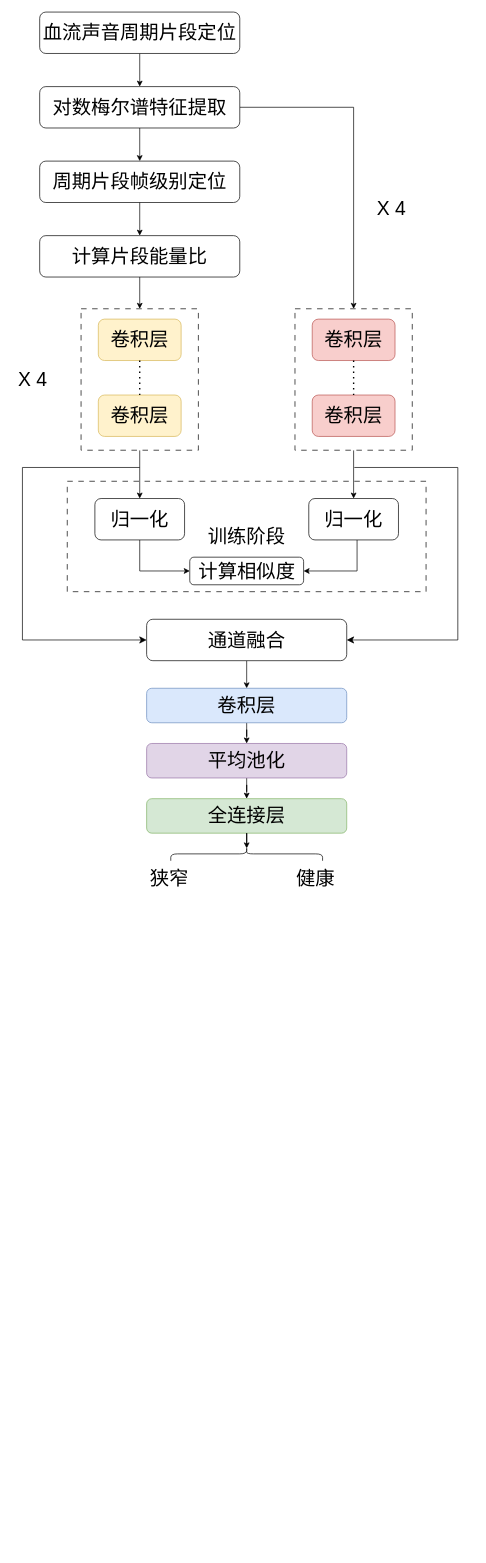
The draw.io diagram 内瘘局部能量熵.drawio in lhwjsj/Diagram, before the edit. Source tidied: cells renumbered, new cells numbered last; positions are measured from the earlier drawing's top-left corner, leaving out a move shared by most shapes. Both pictures are drawn from the tidied source at 69%, with x=0, y=0 at pixel (12, 12).
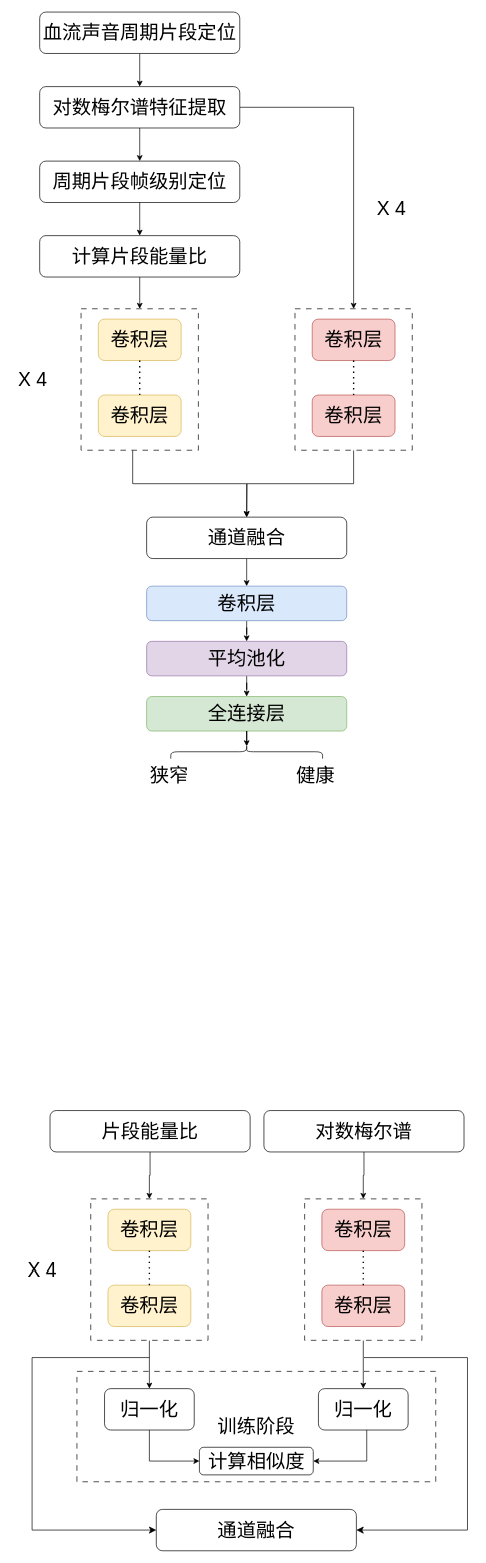
The same page after the edit.

Commit message (it also covers changes not shown here):
更新内瘘局部能量熵.drawio

Unchanged cells that the change refers to:
```xml
<mxCell id="4" style="rounded=0;whiteSpace=wrap;html=1;dashed=1;dashPattern=8 8;" parent="1" vertex="1">
  <mxGeometry x="100" y="430" width="170" height="205" as="geometry" />
</mxCell>
<mxCell id="18" style="rounded=0;whiteSpace=wrap;html=1;dashed=1;dashPattern=8 8;" parent="1" vertex="1">
  <mxGeometry x="410" y="430" width="170" height="205" as="geometry" />
</mxCell>
```

Change to the diagram source:
```diff
@@
-    <mxCell id="2" value="&lt;font style=&quot;font-size: 28px;&quot;&gt;训练阶段&lt;/font&gt;" style="rounded=0;whiteSpace=wrap;html=1;dashed=1;dashPattern=8 8;" parent="1" vertex="1">
-      <mxGeometry x="80" y="680" width="520" height="160" as="geometry" />
-    </mxCell>
-    <mxCell id="3" style="edgeStyle=orthogonalEdgeStyle;rounded=0;jettySize=auto;html=1;" parent="1" edge="1" source="4" target="25">
-      <mxGeometry relative="1" as="geometry" />
-    </mxCell>
+    <mxCell id="42" style="edgeStyle=orthogonalEdgeStyle;rounded=0;jettySize=auto;html=1;exitX=0.44;exitY=0.997;exitDx=0;exitDy=0;exitPerimeter=0;" parent="1" edge="1" source="4" target="30">
+      <mxGeometry relative="1" as="geometry" />
+    </mxCell>
@@
-    <mxCell id="17" style="edgeStyle=orthogonalEdgeStyle;rounded=0;jettySize=auto;html=1;entryX=0.5;entryY=0;entryDx=0;entryDy=0;" parent="1" edge="1" source="18" target="27">
-      <mxGeometry relative="1" as="geometry" />
-    </mxCell>
+    <mxCell id="43" style="edgeStyle=orthogonalEdgeStyle;rounded=0;jettySize=auto;html=1;exitX=0.5;exitY=1;exitDx=0;exitDy=0;" parent="1" edge="1" source="18">
+      <mxGeometry relative="1" as="geometry">
+        <mxPoint x="340" y="732" as="targetPoint" />
+      </mxGeometry>
+    </mxCell>
@@
-    <mxCell id="24" style="edgeStyle=orthogonalEdgeStyle;rounded=0;jettySize=auto;html=1;entryX=0;entryY=0.5;entryDx=0;entryDy=0;exitX=0.5;exitY=1;exitDx=0;exitDy=0;" parent="1" edge="1" source="25" target="28">
-      <mxGeometry relative="1" as="geometry" />
-    </mxCell>
-    <mxCell id="25" value="&lt;span style=&quot;font-size: 28px;&quot;&gt;归一化&lt;/span&gt;" style="rounded=1;whiteSpace=wrap;html=1;" parent="1" vertex="1">
-      <mxGeometry x="120" y="705" width="130" height="60" as="geometry" />
-    </mxCell>
-    <mxCell id="26" style="edgeStyle=orthogonalEdgeStyle;rounded=0;jettySize=auto;html=1;entryX=1;entryY=0.5;entryDx=0;entryDy=0;" parent="1" edge="1" source="27" target="28">
-      <mxGeometry relative="1" as="geometry">
-        <Array as="points">
-          <mxPoint x="500" y="810" />
-        </Array>
-      </mxGeometry>
-    </mxCell>
-    <mxCell id="27" value="&lt;span style=&quot;font-size: 28px;&quot;&gt;归一化&lt;/span&gt;" style="rounded=1;whiteSpace=wrap;html=1;" parent="1" vertex="1">
-      <mxGeometry x="430" y="705" width="130" height="60" as="geometry" />
-    </mxCell>
-    <mxCell id="28" value="&lt;span style=&quot;font-size: 28px;&quot;&gt;计算相似度&lt;/span&gt;" style="rounded=1;whiteSpace=wrap;html=1;" parent="1" vertex="1">
-      <mxGeometry x="257.5" y="790" width="165" height="40" as="geometry" />
-    </mxCell>
@@
     <mxCell id="30" value="&lt;font style=&quot;font-size: 28px;&quot;&gt;通道融合&lt;/font&gt;" style="rounded=1;whiteSpace=wrap;html=1;" parent="1" vertex="1">
-      <mxGeometry x="195" y="880" width="290" height="60" as="geometry" />
+      <mxGeometry x="195" y="732" width="290" height="60" as="geometry" />
     </mxCell>
-    <mxCell id="31" style="edgeStyle=elbowEdgeStyle;elbow=horizontal;endArrow=classic;html=1;curved=0;rounded=0;endSize=8;startSize=8;entryX=0;entryY=0.5;entryDx=0;entryDy=0;" parent="1" edge="1" target="30">
-      <mxGeometry relative="1" as="geometry">
-        <mxPoint x="185" y="660" as="sourcePoint" />
-        <Array as="points">
-          <mxPoint x="15" y="780" />
-        </Array>
-      </mxGeometry>
-    </mxCell>
-    <mxCell id="32" style="edgeStyle=elbowEdgeStyle;elbow=horizontal;endArrow=classic;html=1;curved=0;rounded=0;endSize=8;startSize=8;entryX=1;entryY=0.5;entryDx=0;entryDy=0;" parent="1" edge="1" target="30">
-      <mxGeometry relative="1" as="geometry">
-        <mxPoint x="496" y="660" as="sourcePoint" />
-        <Array as="points">
-          <mxPoint x="646" y="790" />
-        </Array>
-      </mxGeometry>
-    </mxCell>
@@
     <mxCell id="34" value="&lt;font style=&quot;font-size: 28px;&quot;&gt;卷积层&lt;/font&gt;" style="rounded=1;whiteSpace=wrap;html=1;fillColor=#dae8fc;strokeColor=#6c8ebf;" parent="1" vertex="1">
-      <mxGeometry x="195" y="980" width="290" height="50" as="geometry" />
+      <mxGeometry x="195" y="832" width="290" height="50" as="geometry" />
     </mxCell>
@@
     <mxCell id="36" value="&lt;font style=&quot;font-size: 28px;&quot;&gt;平均池化&lt;/font&gt;" style="rounded=1;whiteSpace=wrap;html=1;fillColor=#e1d5e7;strokeColor=#9673a6;" parent="1" vertex="1">
-      <mxGeometry x="195" y="1060" width="290" height="50" as="geometry" />
+      <mxGeometry x="195" y="912" width="290" height="50" as="geometry" />
     </mxCell>
     <mxCell id="37" value="&lt;font style=&quot;font-size: 28px;&quot;&gt;全连接层&lt;/font&gt;" style="rounded=1;whiteSpace=wrap;html=1;fillColor=#d5e8d4;strokeColor=#82b366;" parent="1" vertex="1">
-      <mxGeometry x="195" y="1140" width="290" height="50" as="geometry" />
+      <mxGeometry x="195" y="992" width="290" height="50" as="geometry" />
     </mxCell>
     <mxCell id="38" style="shape=curlyBracket;whiteSpace=wrap;html=1;rounded=1;flipH=1;labelPosition=right;verticalLabelPosition=middle;align=left;verticalAlign=middle;rotation=-90;" parent="1" vertex="1">
-      <mxGeometry x="330" y="1110" width="20" height="220" as="geometry" />
+      <mxGeometry x="330" y="962" width="20" height="220" as="geometry" />
     </mxCell>
@@
     <mxCell id="40" value="&lt;font style=&quot;font-size: 28px;&quot;&gt;狭窄&lt;/font&gt;" style="text;html=1;align=center;verticalAlign=middle;whiteSpace=wrap;rounded=0;" parent="1" vertex="1">
-      <mxGeometry x="197.5" y="1240" width="60" height="30" as="geometry" />
+      <mxGeometry x="197.5" y="1092" width="60" height="30" as="geometry" />
     </mxCell>
     <mxCell id="41" value="&lt;font style=&quot;font-size: 28px;&quot;&gt;健康&lt;/font&gt;" style="text;html=1;align=center;verticalAlign=middle;whiteSpace=wrap;rounded=0;" parent="1" vertex="1">
-      <mxGeometry x="410" y="1240" width="60" height="30" as="geometry" />
+      <mxGeometry x="410" y="1092" width="60" height="30" as="geometry" />
     </mxCell>
+    <mxCell id="2" value="&lt;font style=&quot;font-size: 28px;&quot;&gt;训练阶段&lt;/font&gt;" style="rounded=0;whiteSpace=wrap;html=1;dashed=1;dashPattern=8 8;" parent="1" vertex="1">
+      <mxGeometry x="94" y="1970" width="520" height="160" as="geometry" />
+    </mxCell>
+    <mxCell id="44" style="edgeStyle=orthogonalEdgeStyle;rounded=0;jettySize=auto;html=1;" parent="1" edge="1" source="45" target="56">
+      <mxGeometry relative="1" as="geometry" />
+    </mxCell>
+    <mxCell id="45" style="rounded=0;whiteSpace=wrap;html=1;dashed=1;dashPattern=8 8;" parent="1" vertex="1">
+      <mxGeometry x="114" y="1720" width="170" height="205" as="geometry" />
+    </mxCell>
+    <mxCell id="46" value="&lt;font style=&quot;font-size: 28px;&quot;&gt;卷积层&lt;/font&gt;" style="rounded=1;whiteSpace=wrap;html=1;fillColor=#fff2cc;strokeColor=#d6b656;" parent="1" vertex="1">
+      <mxGeometry x="139" y="1735" width="120" height="60" as="geometry" />
+    </mxCell>
+    <mxCell id="47" value="&lt;font style=&quot;font-size: 28px;&quot;&gt;卷积层&lt;/font&gt;" style="rounded=1;whiteSpace=wrap;html=1;fillColor=#fff2cc;strokeColor=#d6b656;" parent="1" vertex="1">
+      <mxGeometry x="139" y="1845" width="120" height="60" as="geometry" />
+    </mxCell>
+    <mxCell id="48" style="endArrow=none;dashed=1;html=1;dashPattern=1 3;strokeWidth=2;rounded=0;exitX=0.5;exitY=0;exitDx=0;exitDy=0;entryX=0.5;entryY=1;entryDx=0;entryDy=0;" parent="1" edge="1" source="47" target="46">
+      <mxGeometry relative="1" as="geometry" />
+    </mxCell>
+    <mxCell id="49" style="edgeStyle=orthogonalEdgeStyle;rounded=0;jettySize=auto;html=1;entryX=0.5;entryY=0;entryDx=0;entryDy=0;" parent="1" edge="1" source="50" target="58">
+      <mxGeometry relative="1" as="geometry" />
+    </mxCell>
+    <mxCell id="50" style="rounded=0;whiteSpace=wrap;html=1;dashed=1;dashPattern=8 8;" parent="1" vertex="1">
+      <mxGeometry x="424" y="1720" width="170" height="205" as="geometry" />
+    </mxCell>
+    <mxCell id="51" value="&lt;font style=&quot;font-size: 28px;&quot;&gt;卷积层&lt;/font&gt;" style="rounded=1;whiteSpace=wrap;html=1;fillColor=#f8cecc;strokeColor=#b85450;" parent="1" vertex="1">
+      <mxGeometry x="449" y="1735" width="120" height="60" as="geometry" />
+    </mxCell>
+    <mxCell id="52" value="&lt;font style=&quot;font-size: 28px;&quot;&gt;卷积层&lt;/font&gt;" style="rounded=1;whiteSpace=wrap;html=1;fillColor=#f8cecc;strokeColor=#b85450;" parent="1" vertex="1">
+      <mxGeometry x="449" y="1845" width="120" height="60" as="geometry" />
+    </mxCell>
+    <mxCell id="53" style="endArrow=none;dashed=1;html=1;dashPattern=1 3;strokeWidth=2;rounded=0;exitX=0.5;exitY=0;exitDx=0;exitDy=0;entryX=0.5;entryY=1;entryDx=0;entryDy=0;" parent="1" edge="1" source="52" target="51">
+      <mxGeometry relative="1" as="geometry" />
+    </mxCell>
+    <mxCell id="54" value="&lt;font style=&quot;font-size: 28px;&quot;&gt;X 4&lt;/font&gt;" style="text;html=1;align=center;verticalAlign=middle;whiteSpace=wrap;rounded=0;" parent="1" vertex="1">
+      <mxGeometry x="14" y="1807.5" width="60" height="30" as="geometry" />
+    </mxCell>
+    <mxCell id="55" style="edgeStyle=orthogonalEdgeStyle;rounded=0;jettySize=auto;html=1;entryX=0;entryY=0.5;entryDx=0;entryDy=0;exitX=0.5;exitY=1;exitDx=0;exitDy=0;" parent="1" edge="1" source="56" target="28">
+      <mxGeometry relative="1" as="geometry" />
+    </mxCell>
+    <mxCell id="56" value="&lt;span style=&quot;font-size: 28px;&quot;&gt;归一化&lt;/span&gt;" style="rounded=1;whiteSpace=wrap;html=1;" parent="1" vertex="1">
+      <mxGeometry x="134" y="1995" width="130" height="60" as="geometry" />
+    </mxCell>
+    <mxCell id="57" style="edgeStyle=orthogonalEdgeStyle;rounded=0;jettySize=auto;html=1;entryX=1;entryY=0.5;entryDx=0;entryDy=0;" parent="1" edge="1" source="58" target="28">
+      <mxGeometry relative="1" as="geometry">
+        <Array as="points">
+          <mxPoint x="514" y="2100" />
+        </Array>
+      </mxGeometry>
+    </mxCell>
+    <mxCell id="58" value="&lt;span style=&quot;font-size: 28px;&quot;&gt;归一化&lt;/span&gt;" style="rounded=1;whiteSpace=wrap;html=1;" parent="1" vertex="1">
+      <mxGeometry x="444" y="1995" width="130" height="60" as="geometry" />
+    </mxCell>
+    <mxCell id="28" value="&lt;span style=&quot;font-size: 28px;&quot;&gt;计算相似度&lt;/span&gt;" style="rounded=1;whiteSpace=wrap;html=1;" parent="1" vertex="1">
+      <mxGeometry x="271.5" y="2080" width="165" height="40" as="geometry" />
+    </mxCell>
+    <mxCell id="59" value="&lt;font style=&quot;font-size: 28px;&quot;&gt;通道融合&lt;/font&gt;" style="rounded=1;whiteSpace=wrap;html=1;" parent="1" vertex="1">
+      <mxGeometry x="209" y="2170" width="290" height="60" as="geometry" />
+    </mxCell>
+    <mxCell id="60" style="edgeStyle=elbowEdgeStyle;elbow=horizontal;endArrow=classic;html=1;curved=0;rounded=0;endSize=8;startSize=8;entryX=0;entryY=0.5;entryDx=0;entryDy=0;" parent="1" edge="1" target="59">
+      <mxGeometry relative="1" as="geometry">
+        <mxPoint x="199" y="1950" as="sourcePoint" />
+        <Array as="points">
+          <mxPoint x="29" y="2070" />
+        </Array>
+      </mxGeometry>
+    </mxCell>
+    <mxCell id="61" style="edgeStyle=elbowEdgeStyle;elbow=horizontal;endArrow=classic;html=1;curved=0;rounded=0;endSize=8;startSize=8;entryX=1;entryY=0.5;entryDx=0;entryDy=0;" parent="1" edge="1" target="59">
+      <mxGeometry relative="1" as="geometry">
+        <mxPoint x="510" y="1950" as="sourcePoint" />
+        <Array as="points">
+          <mxPoint x="660" y="2080" />
+        </Array>
+      </mxGeometry>
+    </mxCell>
+    <mxCell id="62" style="edgeStyle=orthogonalEdgeStyle;rounded=0;jettySize=auto;html=1;entryX=0.5;entryY=0;entryDx=0;entryDy=0;" parent="1" edge="1" source="63" target="45">
+      <mxGeometry relative="1" as="geometry" />
+    </mxCell>
+    <mxCell id="63" value="&lt;font style=&quot;font-size: 28px;&quot;&gt;片段能量比&lt;/font&gt;" style="rounded=1;whiteSpace=wrap;html=1;" parent="1" vertex="1">
+      <mxGeometry x="55" y="1592" width="290" height="60" as="geometry" />
+    </mxCell>
+    <mxCell id="64" style="edgeStyle=orthogonalEdgeStyle;rounded=0;jettySize=auto;html=1;entryX=0.5;entryY=0;entryDx=0;entryDy=0;" parent="1" edge="1" source="65" target="50">
+      <mxGeometry relative="1" as="geometry" />
+    </mxCell>
+    <mxCell id="65" value="&lt;font style=&quot;font-size: 28px;&quot;&gt;对数梅尔谱&lt;/font&gt;" style="rounded=1;whiteSpace=wrap;html=1;" parent="1" vertex="1">
+      <mxGeometry x="365" y="1592" width="290" height="60" as="geometry" />
+    </mxCell>
```
